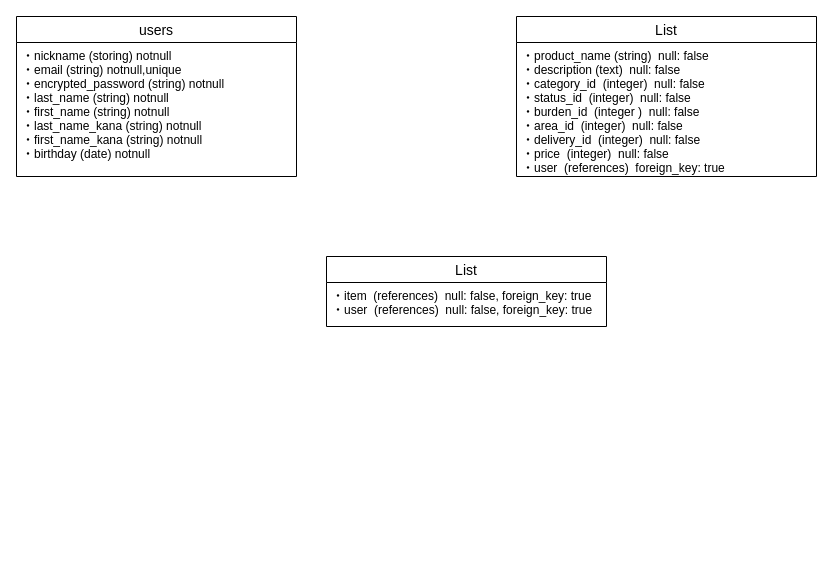
ImoA-InoA/furima-34829 keeps this draw.io diagram as furima-34829.dio. Above is the earlier version. Source tidied: cells renumbered, new cells numbered last; positions are measured from the earlier drawing's top-left corner, leaving out a move shared by most shapes. Both pictures are drawn from the tidied source at 100%, with x=0, y=0 at pixel (16, 16).
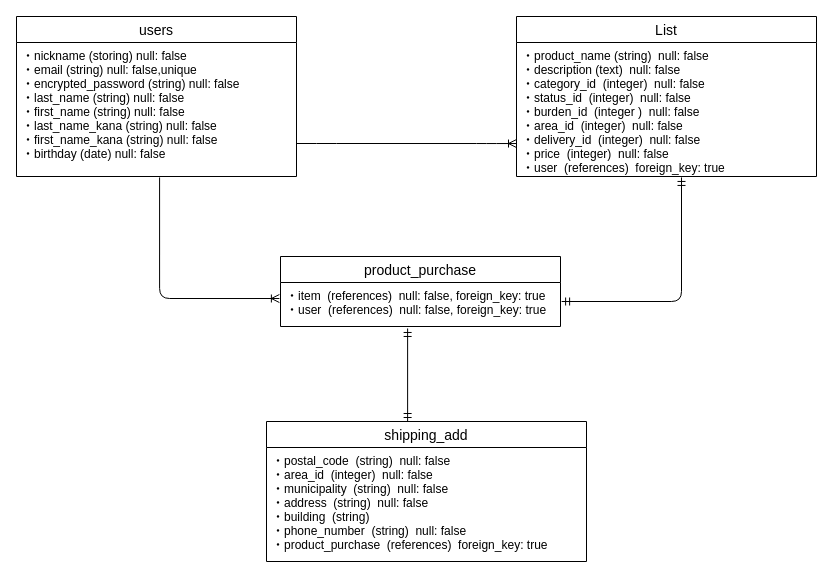
The same diagram, later.

Diff of the diagram source:
```diff
@@
-<mxGraphModel>
+<mxGraphModel background="#ffffff">
   <root>
     <mxCell id="0" />
     <mxCell id="1" parent="0" />
     <mxCell id="2" value="users" style="swimlane;fontStyle=0;horizontal=1;startSize=26;align=center;fontSize=14;" parent="1" vertex="1">
       <mxGeometry width="280" height="160" as="geometry" />
     </mxCell>
-    <mxCell id="3" value="・nickname (storing) notnull&#10;・email (string) notnull,unique&#10;・encrypted_password (string) notnull&#10;・last_name (string) notnull&#10;・first_name (string) notnull&#10;・last_name_kana (string) notnull&#10;・first_name_kana (string) notnull&#10;・birthday (date) notnull" style="text;strokeColor=none;fillColor=none;spacingLeft=4;spacingRight=4;overflow=hidden;points=[[0,0.5],[1,0.5]];portConstraint=eastwest;fontSize=12;" parent="2" vertex="1">
+    <mxCell id="3" value="・nickname (storing) null: false&#10;・email (string) null: false,unique&#10;・encrypted_password (string) null: false&#10;・last_name (string) null: false&#10;・first_name (string) null: false&#10;・last_name_kana (string) null: false&#10;・first_name_kana (string) null: false&#10;・birthday (date) null: false" style="text;strokeColor=none;fillColor=none;spacingLeft=4;spacingRight=4;overflow=hidden;points=[[0,0.5],[1,0.5]];portConstraint=eastwest;fontSize=12;" parent="2" vertex="1">
       <mxGeometry y="26" width="280" height="134" as="geometry" />
     </mxCell>
     <mxCell id="4" value="List" style="swimlane;fontStyle=0;horizontal=1;startSize=26;align=center;fontSize=14;" parent="1" vertex="1">
       <mxGeometry x="500" width="300" height="160" as="geometry" />
     </mxCell>
     <mxCell id="5" value="・product_name (string)  null: false&#10;・description (text)  null: false &#10;・category_id  (integer)  null: false&#10;・status_id  (integer)  null: false&#10;・burden_id  (integer )  null: false&#10;・area_id  (integer)  null: false&#10;・delivery_id  (integer)  null: false &#10;・price  (integer)  null: false&#10;・user  (references)  foreign_key: true " style="text;strokeColor=none;fillColor=none;spacingLeft=4;spacingRight=4;overflow=hidden;points=[[0,0.5],[1,0.5]];portConstraint=eastwest;fontSize=12;" parent="4" vertex="1">
       <mxGeometry y="26" width="300" height="134" as="geometry" />
     </mxCell>
-    <mxCell id="6" value="List" style="swimlane;fontStyle=0;horizontal=1;startSize=26;align=center;fontSize=14;" parent="1" vertex="1">
-      <mxGeometry x="310" y="240" width="280" height="70" as="geometry" />
+    <mxCell id="6" value="product_purchase" style="swimlane;fontStyle=0;horizontal=1;startSize=26;align=center;fontSize=14;" parent="1" vertex="1">
+      <mxGeometry x="264" y="240" width="280" height="70" as="geometry" />
     </mxCell>
     <mxCell id="7" value="・item  (references)  null: false, foreign_key: true&#10;・user  (references)  null: false, foreign_key: true" style="text;strokeColor=none;fillColor=none;spacingLeft=4;spacingRight=4;overflow=hidden;points=[[0,0.5],[1,0.5]];portConstraint=eastwest;fontSize=12;" parent="6" vertex="1">
       <mxGeometry y="26" width="280" height="44" as="geometry" />
     </mxCell>
+    <mxCell id="8" value="shipping_add" style="swimlane;fontStyle=0;horizontal=1;startSize=26;align=center;fontSize=14;" parent="1" vertex="1">
+      <mxGeometry x="250" y="405" width="320" height="140" as="geometry" />
+    </mxCell>
+    <mxCell id="9" value="・postal_code  (string)  null: false&#10;・area_id  (integer)  null: false&#10;・municipality  (string)  null: false&#10;・address  (string)  null: false&#10;・building  (string) &#10;・phone_number  (string)  null: false&#10;・product_purchase  (references)  foreign_key: true&#10;" style="text;strokeColor=none;fillColor=none;spacingLeft=4;spacingRight=4;overflow=hidden;fontSize=12;" parent="8" vertex="1">
+      <mxGeometry y="26" width="320" height="114" as="geometry" />
+    </mxCell>
+    <mxCell id="10" style="edgeStyle=entityRelationEdgeStyle;fontSize=12;html=1;endArrow=ERoneToMany;entryX=0;entryY=0.754;entryDx=0;entryDy=0;entryPerimeter=0;" parent="1" edge="1" target="5">
+      <mxGeometry relative="1" as="geometry">
+        <mxPoint x="280" y="127" as="sourcePoint" />
+      </mxGeometry>
+    </mxCell>
+    <mxCell id="11" style="edgeStyle=orthogonalEdgeStyle;fontSize=12;html=1;endArrow=ERoneToMany;exitX=0.511;exitY=1.007;exitDx=0;exitDy=0;exitPerimeter=0;entryX=-0.004;entryY=0.364;entryDx=0;entryDy=0;entryPerimeter=0;" parent="1" edge="1" source="3" target="7">
+      <mxGeometry relative="1" as="geometry" />
+    </mxCell>
+    <mxCell id="12" style="edgeStyle=orthogonalEdgeStyle;fontSize=12;html=1;endArrow=ERmandOne;startArrow=ERmandOne;entryX=0.55;entryY=1.007;entryDx=0;entryDy=0;entryPerimeter=0;exitX=1.004;exitY=0.432;exitDx=0;exitDy=0;exitPerimeter=0;rounded=1;" parent="1" edge="1" source="7" target="5">
+      <mxGeometry relative="1" as="geometry" />
+    </mxCell>
+    <mxCell id="13" style="fontSize=12;html=1;endArrow=ERmandOne;startArrow=ERmandOne;entryX=0.454;entryY=1.045;entryDx=0;entryDy=0;entryPerimeter=0;exitX=0.441;exitY=0;exitDx=0;exitDy=0;exitPerimeter=0;" parent="1" edge="1" source="8" target="7">
+      <mxGeometry relative="1" as="geometry" />
+    </mxCell>
   </root>
 </mxGraphModel>
```
